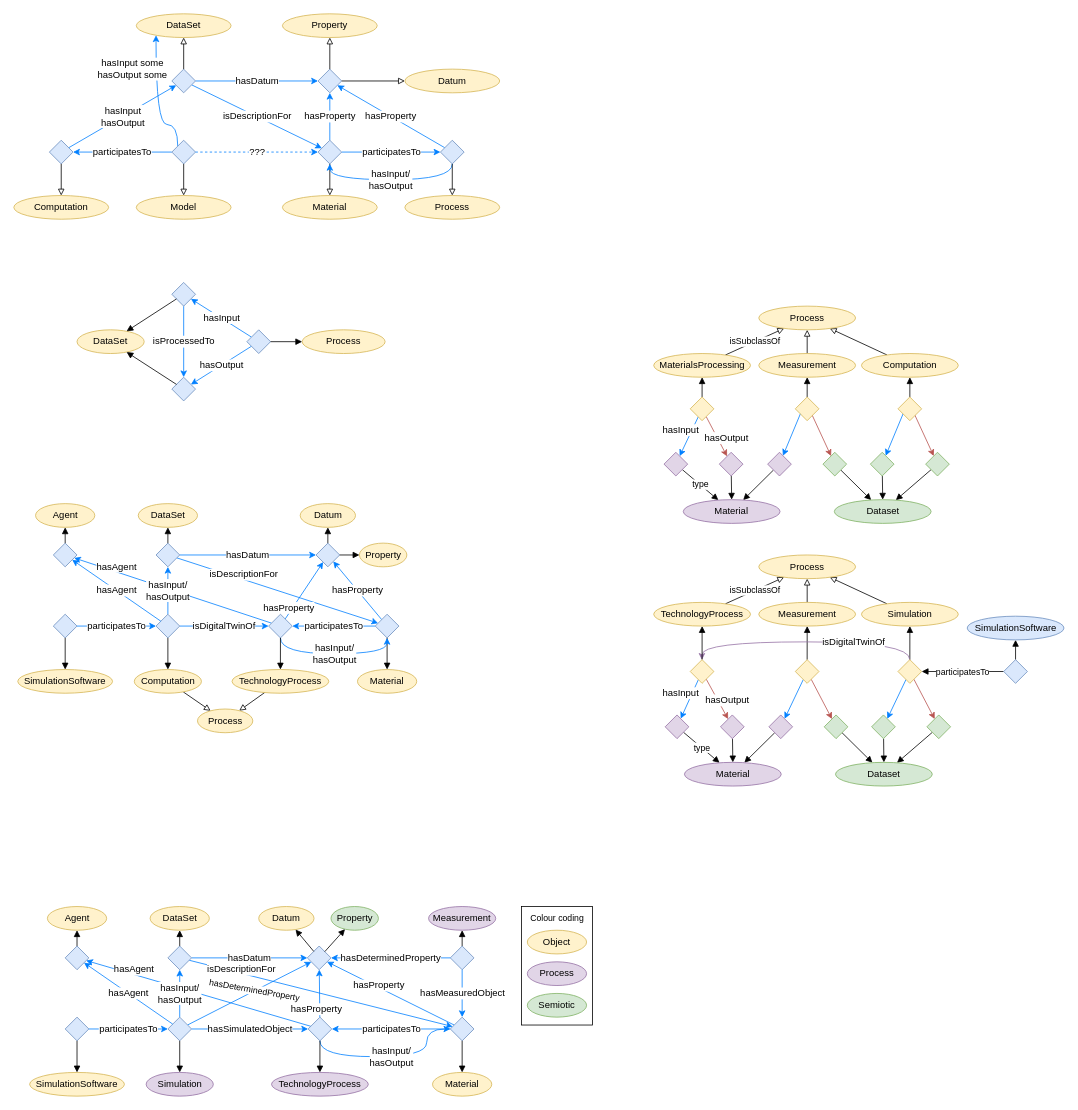
EMMC-ASBL/tripper keeps this draw.io diagram as page "Basic relations" (2 of 13) of docs/figs/dataset.drawio. Above is the earlier version. Source tidied: cells renumbered, new cells numbered last; positions are measured from the earlier drawing's top-left corner, leaving out a move shared by most shapes. Both pictures are drawn from the tidied source at 79%, with x=0, y=0 at pixel (13, 13).
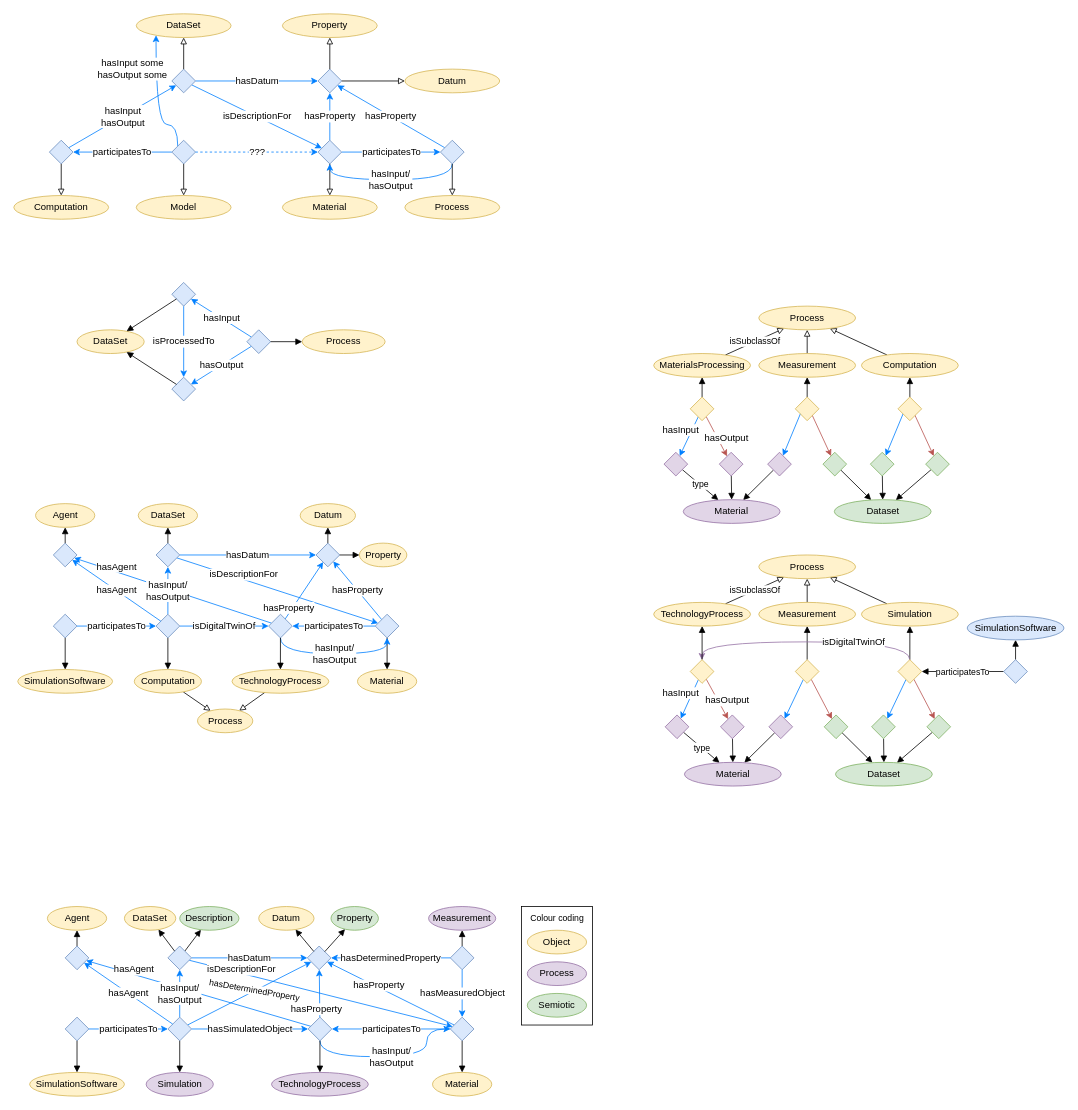
After the change.

Commit message (it also covers changes not shown here):
Updated figure with basic_relations

The change refers to these unchanged cells:
```xml
<mxCell id="162" style="rhombus;whiteSpace=wrap;html=1;fontFamily=Helvetica;fontSize=11;labelBackgroundColor=default;fillColor=#dae8fc;strokeColor=#6c8ebf;" parent="1" vertex="1">
  <mxGeometry x="195" y="1180" width="30" height="30" as="geometry" />
</mxCell>
```

Change to the diagram source:
```diff
@@
     <mxCell id="154" value="DataSet" style="ellipse;whiteSpace=wrap;html=1;fillColor=#fff2cc;strokeColor=#d6b656;" parent="1" vertex="1">
-      <mxGeometry x="172.5" y="1130" width="75" height="30" as="geometry" />
+      <mxGeometry x="140" y="1130" width="65" height="30" as="geometry" />
     </mxCell>
@@
+    <mxCell id="197" style="edgeStyle=none;shape=connector;rounded=0;jettySize=auto;html=1;strokeColor=default;align=center;verticalAlign=middle;fontFamily=Helvetica;fontSize=11;fontColor=default;labelBackgroundColor=default;endArrow=block;endFill=1;" parent="1" edge="1" source="162" target="198">
+      <mxGeometry relative="1" as="geometry" />
+    </mxCell>
@@
+    <mxCell id="198" value="Description" style="ellipse;whiteSpace=wrap;html=1;fillColor=#d5e8d4;strokeColor=#82b366;" parent="1" vertex="1">
+      <mxGeometry x="210" y="1130" width="75" height="30" as="geometry" />
+    </mxCell>
```
